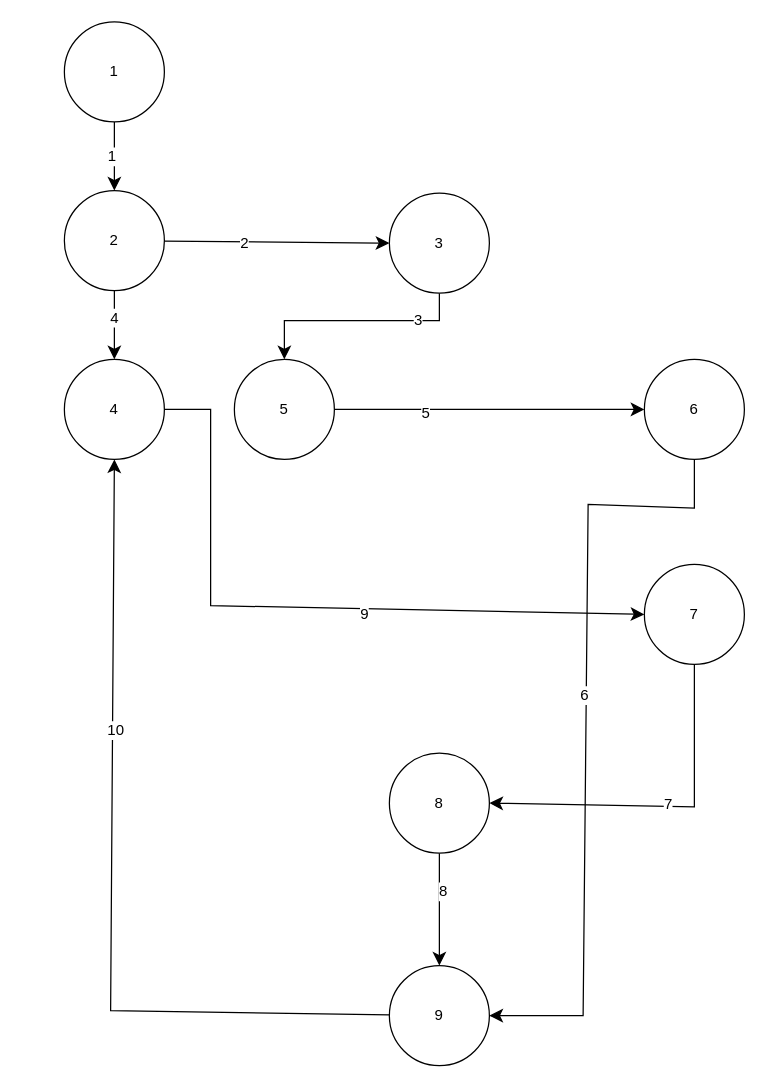
Earlier version of the draw.io diagram page "Login register" (2 of 5) of white box.drawio (AmirRazer/DrawIoErd). Source tidied: cells renumbered, new cells numbered last; positions are measured from the earlier drawing's top-left corner, leaving out a move shared by most shapes. Both pictures are drawn from the tidied source at 125%, with x=0, y=0 at pixel (64, 21).
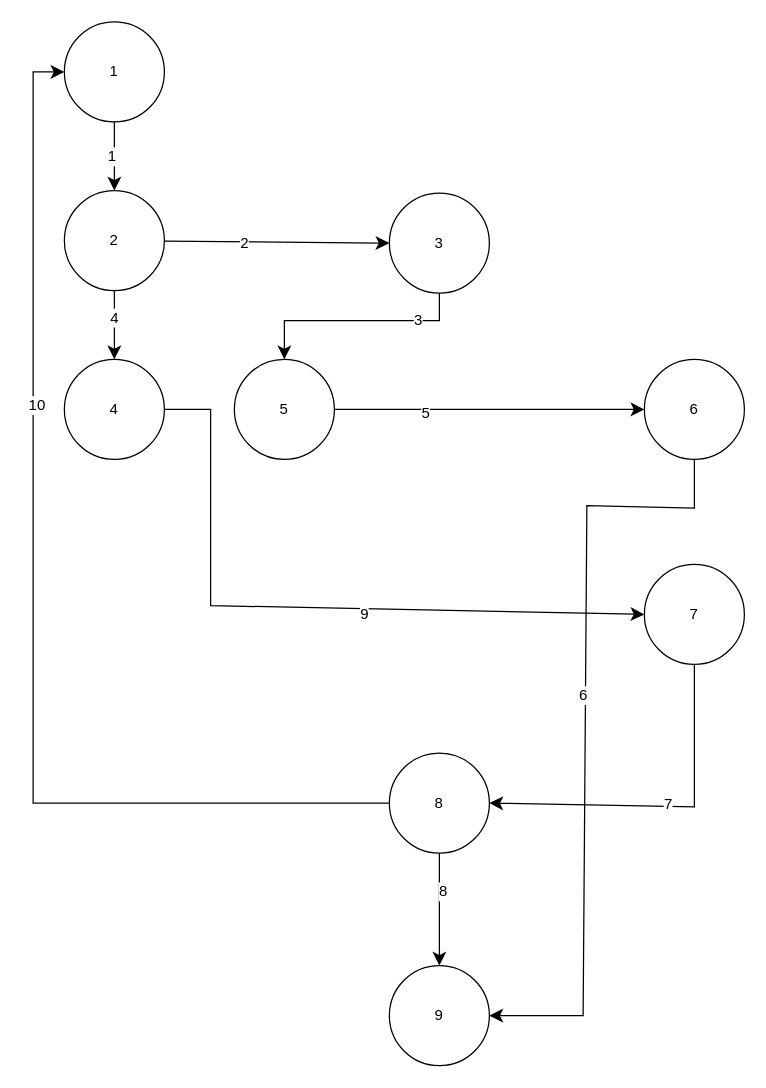
The same page after the edit.

Unchanged cells that the change refers to:
```xml
<mxCell id="4" value="1" style="ellipse;whiteSpace=wrap;html=1;" parent="1" vertex="1">
  <mxGeometry width="80" height="80" as="geometry" />
</mxCell>
<mxCell id="18" value="4" style="ellipse;whiteSpace=wrap;html=1;" parent="1" vertex="1">
  <mxGeometry y="270" width="80" height="80" as="geometry" />
</mxCell>
<mxCell id="21" value="6" style="ellipse;whiteSpace=wrap;html=1;" parent="1" vertex="1">
  <mxGeometry x="464" y="270" width="80" height="80" as="geometry" />
</mxCell>
<mxCell id="27" value="8" style="ellipse;whiteSpace=wrap;html=1;" parent="1" vertex="1">
  <mxGeometry x="260" y="585" width="80" height="80" as="geometry" />
</mxCell>
<mxCell id="30" value="9" style="ellipse;whiteSpace=wrap;html=1;" parent="1" vertex="1">
  <mxGeometry x="260" y="755" width="80" height="80" as="geometry" />
</mxCell>
```

Change to the diagram source:
```diff
@@
     <mxCell id="19" style="edgeStyle=none;curved=0;rounded=0;jettySize=auto;html=1;entryX=1;entryY=0.5;entryDx=0;entryDy=0;fontSize=12;startSize=8;endSize=8;exitX=0.5;exitY=1;exitDx=0;exitDy=0;" parent="1" edge="1" source="21" target="30">
       <mxGeometry relative="1" as="geometry">
         <Array as="points">
           <mxPoint x="504" y="389" />
-          <mxPoint x="419" y="386" />
+          <mxPoint x="418" y="387" />
           <mxPoint x="415" y="795" />
         </Array>
       </mxGeometry>
     </mxCell>
@@
-    <mxCell id="28" style="edgeStyle=none;curved=0;rounded=0;jettySize=auto;html=1;entryX=0.5;entryY=1;entryDx=0;entryDy=0;fontSize=12;startSize=8;endSize=8;" parent="1" edge="1" source="30" target="18">
+    <mxCell id="28" style="edgeStyle=none;curved=0;rounded=0;jettySize=auto;html=1;entryX=0;entryY=0.5;entryDx=0;entryDy=0;fontSize=12;startSize=8;endSize=8;exitX=0;exitY=0.5;exitDx=0;exitDy=0;" parent="1" edge="1" source="27" target="4">
       <mxGeometry relative="1" as="geometry">
         <Array as="points">
-          <mxPoint x="37" y="791" />
+          <mxPoint x="-25" y="625" />
+          <mxPoint x="-25" y="40" />
         </Array>
       </mxGeometry>
     </mxCell>
```
